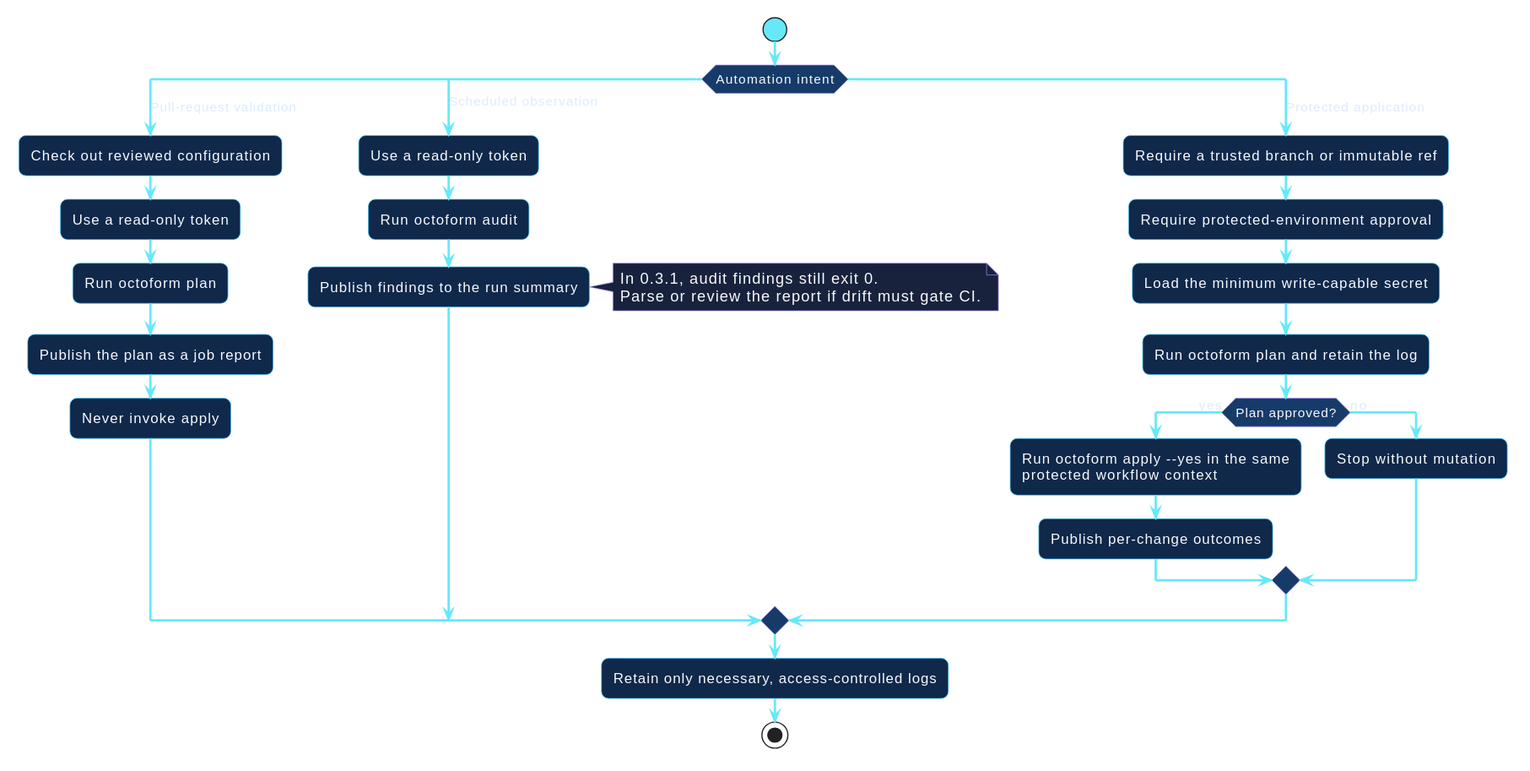
hector-ae21/octoform-docs keeps this PlantUML diagram as docs/assets/diagrams/automation-pipelines.svg. Above is the earlier version. Its diagram source:
```plantuml
@startuml
!include _theme.iuml

start
switch (Automation intent)
case (Pull-request validation)
  :Check out reviewed configuration;
  :Use a read-only token;
  :Run octoform plan;
  :Publish the plan as a job report;
  :Never invoke apply;
case (Scheduled observation)
  :Use a read-only token;
  :Run octoform audit;
  :Publish findings to the run summary;
  note right
    In 0.3.1, audit findings still exit 0.
    Parse or review the report if drift must gate CI.
  end note
case (Protected application)
  :Require a trusted branch or immutable ref;
  :Require protected-environment approval;
  :Load the minimum write-capable secret;
  :Run octoform plan and retain the log;
  if (Plan approved?) then (yes)
    :Run octoform apply --yes in the same\nprotected workflow context;
    :Publish per-change outcomes;
  else (no)
    :Stop without mutation;
  endif
endswitch
:Retain only necessary, access-controlled logs;
stop
@enduml
```
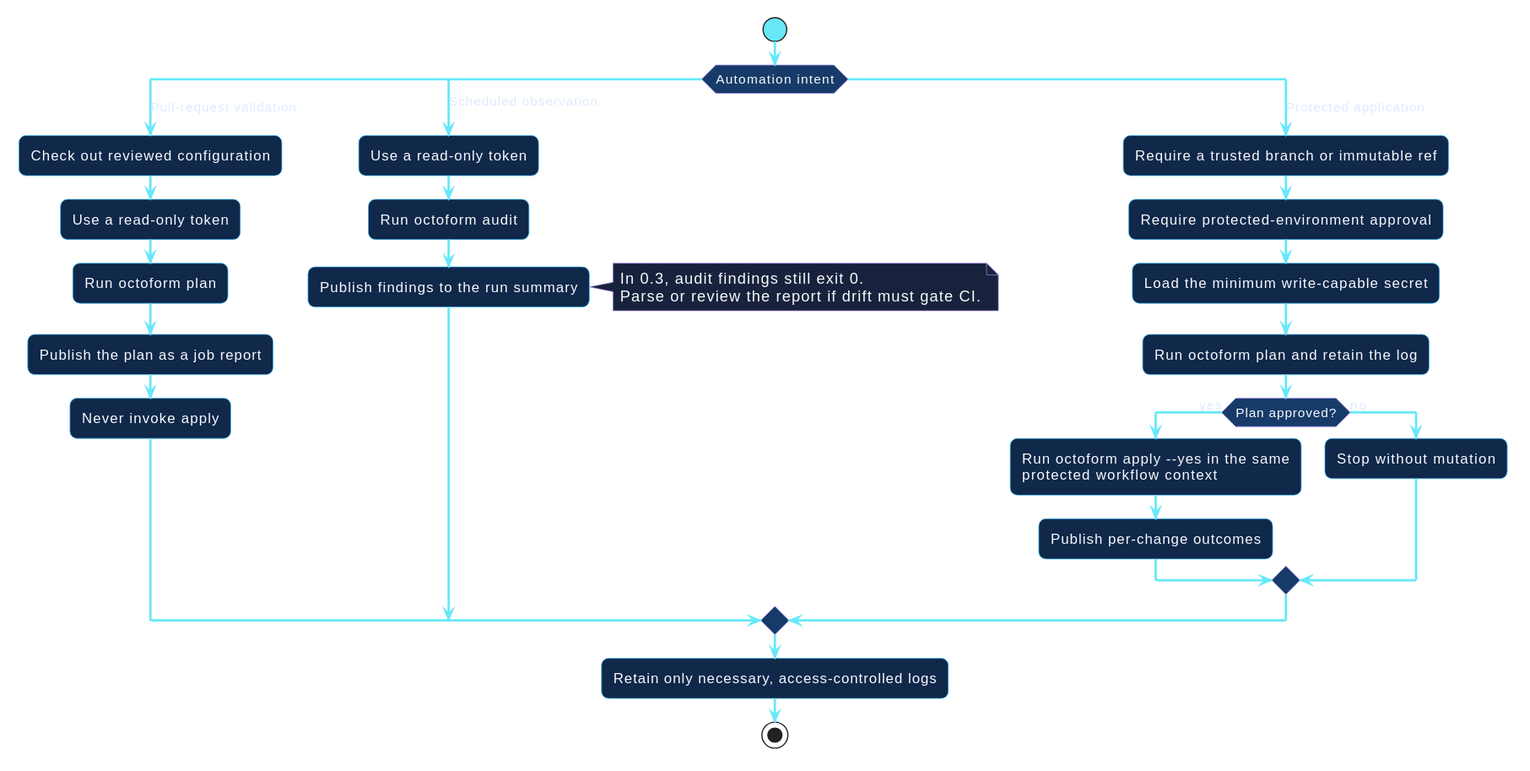
After the change.

What changed in the source:
```diff
@@ -14,7 +14,7 @@
   :Run octoform audit;
   :Publish findings to the run summary;
   note right
-    In 0.3.1, audit findings still exit 0.
+    In 0.3, audit findings still exit 0.
     Parse or review the report if drift must gate CI.
   end note
 case (Protected application)
```
